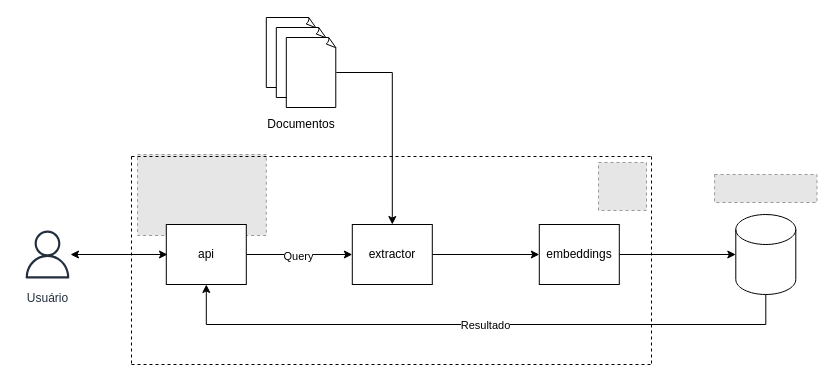
The draw.io diagram diagrama/diagrama.drawio in plbalmeida/qa-llm-hotmart, before the edit. Source tidied: cells renumbered, new cells numbered last; positions are measured from the earlier drawing's top-left corner, leaving out a move shared by most shapes. Both pictures are drawn from the tidied source at 100%, with x=0, y=0 at pixel (17, 17). Pictures stored in the file or linked from it are replaced by grey dashed boxes.
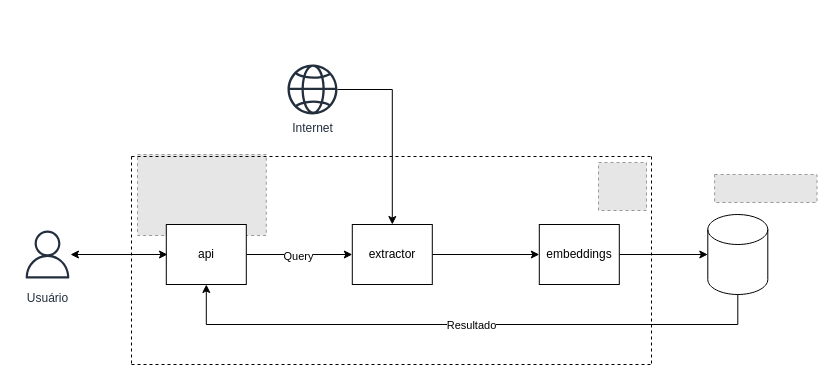
The same diagram, later.

Commit message (it also covers changes not shown here):
docs(*): correção no desenho de arquitetura

Unchanged cells that the change refers to:
```xml
<mxCell id="4" value="extractor" style="rounded=0;whiteSpace=wrap;html=1;" parent="1" vertex="1">
  <mxGeometry x="334.8" y="207" width="80" height="60" as="geometry" />
</mxCell>
<mxCell id="9" value="api" style="rounded=0;whiteSpace=wrap;html=1;" parent="1" vertex="1">
  <mxGeometry x="148.8" y="207" width="80" height="60" as="geometry" />
</mxCell>
```

Diff of the diagram source:
```diff
@@
-    <mxCell id="10" style="edgeStyle=orthogonalEdgeStyle;rounded=0;jettySize=auto;html=1;entryX=0.5;entryY=0;entryDx=0;entryDy=0;" parent="1" edge="1" source="26" target="4">
+    <mxCell id="10" style="edgeStyle=orthogonalEdgeStyle;rounded=0;jettySize=auto;html=1;entryX=0.5;entryY=0;entryDx=0;entryDy=0;" parent="1" edge="1" source="28" target="4">
       <mxGeometry relative="1" as="geometry" />
     </mxCell>
-    <mxCell id="11" style="edgeStyle=orthogonalEdgeStyle;rounded=0;jettySize=auto;html=1;entryX=0.5;entryY=1;entryDx=0;entryDy=0;" parent="1" edge="1" source="14" target="9">
+    <mxCell id="11" style="edgeStyle=orthogonalEdgeStyle;rounded=0;jettySize=auto;html=1;entryX=0.5;entryY=1;entryDx=0;entryDy=0;exitX=0.5;exitY=1;exitDx=0;exitDy=0;exitPerimeter=0;" parent="1" edge="1" source="14" target="9">
       <mxGeometry relative="1" as="geometry">
         <Array as="points">
-          <mxPoint x="748.8" y="307" />
-          <mxPoint x="188.8" y="307" />
+          <mxPoint x="720" y="307" />
+          <mxPoint x="189" y="307" />
         </Array>
       </mxGeometry>
     </mxCell>
@@
     <mxCell id="14" style="shape=cylinder3;whiteSpace=wrap;html=1;boundedLbl=1;backgroundOutline=1;size=15;" parent="1" vertex="1">
-      <mxGeometry x="718.3" y="197" width="60" height="80" as="geometry" />
+      <mxGeometry x="690.3" y="197" width="60" height="80" as="geometry" />
     </mxCell>
@@
-    <mxCell id="23" style="group;" parent="1" vertex="1">
-      <mxGeometry x="248.8" width="70" height="122" as="geometry" />
-    </mxCell>
-    <mxCell id="24" style="whiteSpace=wrap;html=1;shape=mxgraph.basic.document;" parent="23" vertex="1">
-      <mxGeometry width="50" height="70" as="geometry" />
-    </mxCell>
-    <mxCell id="25" style="whiteSpace=wrap;html=1;shape=mxgraph.basic.document;" parent="23" vertex="1">
-      <mxGeometry x="10" y="10" width="50" height="70" as="geometry" />
-    </mxCell>
-    <mxCell id="26" style="whiteSpace=wrap;html=1;shape=mxgraph.basic.document;" parent="23" vertex="1">
-      <mxGeometry x="20" y="20" width="50" height="70" as="geometry" />
-    </mxCell>
-    <mxCell id="27" value="Documentos" style="text;html=1;align=center;verticalAlign=middle;whiteSpace=wrap;rounded=0;" parent="23" vertex="1">
-      <mxGeometry x="5" y="92" width="60" height="30" as="geometry" />
-    </mxCell>
+    <mxCell id="28" value="Internet" style="sketch=0;outlineConnect=0;fontColor=#232F3E;gradientColor=none;fillColor=#232F3D;strokeColor=none;dashed=0;verticalLabelPosition=bottom;verticalAlign=top;align=center;html=1;fontSize=12;fontStyle=0;shape=mxgraph.aws4.globe;" parent="1" vertex="1">
+      <mxGeometry x="270" y="47" width="50" height="50" as="geometry" />
+    </mxCell>
```
